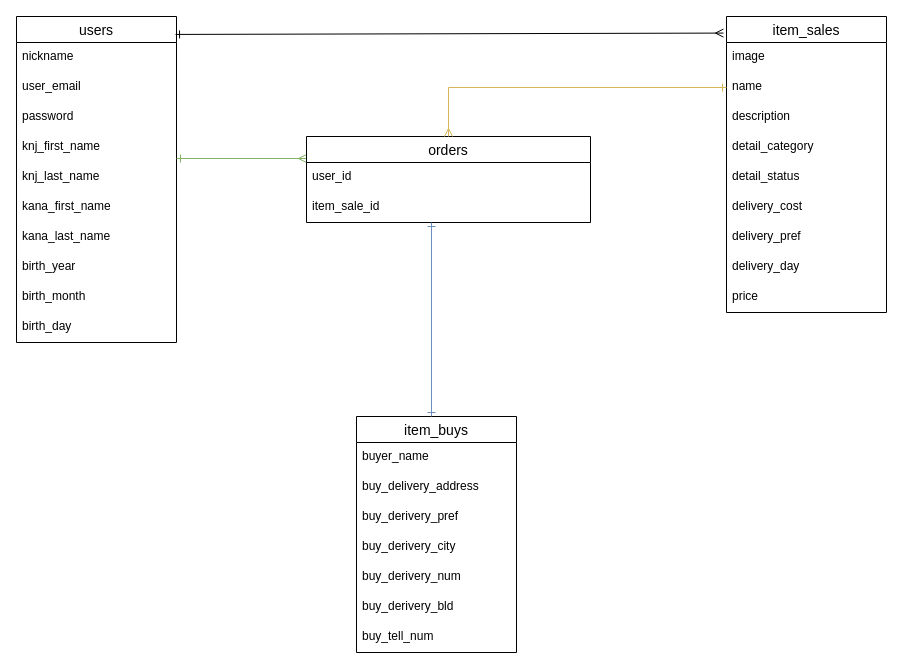
Before: frima.dio in isbs1990/furima-31314_old, a draw.io diagram. Source tidied: cells renumbered, new cells numbered last; positions are measured from the earlier drawing's top-left corner, leaving out a move shared by most shapes. Both pictures are drawn from the tidied source at 100%, with x=0, y=0 at pixel (16, 16).
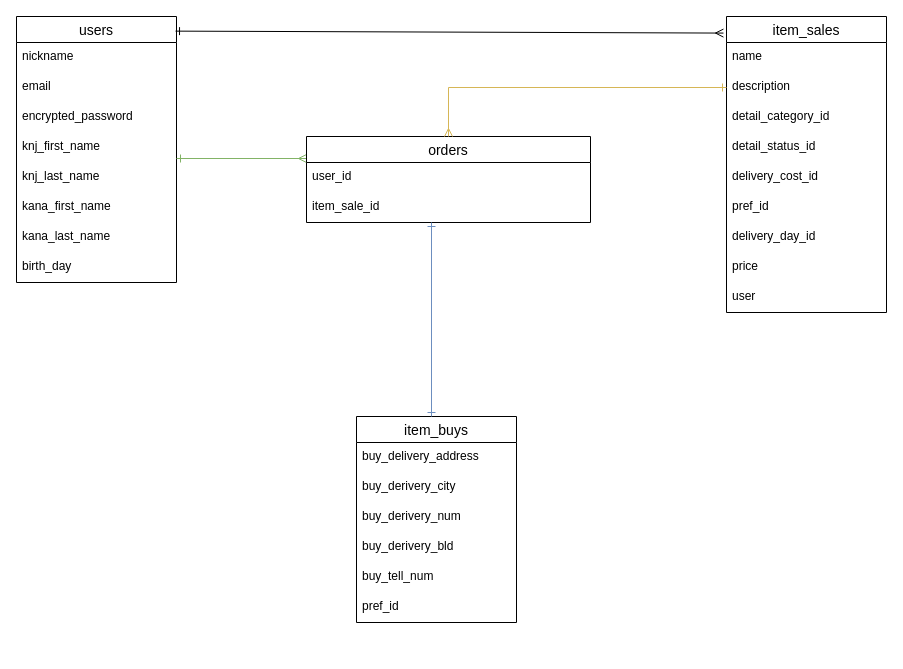
Above is the later version.

Commit message (it also covers changes not shown here):
データベース設計_README記述＆dio作成032703

The change refers to these unchanged cells:
```xml
<mxCell id="14" value="item_sales" style="swimlane;fontStyle=0;horizontal=1;startSize=26;align=center;fontSize=14;" parent="1" vertex="1">
  <mxGeometry x="710" width="160" height="296" as="geometry" />
</mxCell>
```

Change to the diagram source:
```diff
@@
     <mxCell id="2" value="users" style="swimlane;fontStyle=0;horizontal=1;startSize=26;align=center;fontSize=14;" parent="1" vertex="1">
-      <mxGeometry width="160" height="326" as="geometry" />
+      <mxGeometry width="160" height="266" as="geometry" />
     </mxCell>
@@
-    <mxCell id="4" value="user_email" style="text;strokeColor=none;fillColor=none;spacingLeft=4;spacingRight=4;overflow=hidden;fontSize=12;" parent="2" vertex="1">
+    <mxCell id="4" value="email" style="text;strokeColor=none;fillColor=none;spacingLeft=4;spacingRight=4;overflow=hidden;fontSize=12;" parent="2" vertex="1">
       <mxGeometry y="56" width="160" height="30" as="geometry" />
     </mxCell>
-    <mxCell id="5" value="password" style="text;strokeColor=none;fillColor=none;spacingLeft=4;spacingRight=4;overflow=hidden;fontSize=12;" parent="2" vertex="1">
+    <mxCell id="5" value="encrypted_password" style="text;strokeColor=none;fillColor=none;spacingLeft=4;spacingRight=4;overflow=hidden;fontSize=12;" parent="2" vertex="1">
       <mxGeometry y="86" width="160" height="30" as="geometry" />
     </mxCell>
@@
-    <mxCell id="10" value="birth_year" style="text;strokeColor=none;fillColor=none;spacingLeft=4;spacingRight=4;overflow=hidden;fontSize=12;" parent="2" vertex="1">
+    <mxCell id="10" value="birth_day" style="text;strokeColor=none;fillColor=none;spacingLeft=4;spacingRight=4;overflow=hidden;fontSize=12;" parent="2" vertex="1">
       <mxGeometry y="236" width="160" height="30" as="geometry" />
     </mxCell>
-    <mxCell id="11" value="birth_month" style="text;strokeColor=none;fillColor=none;spacingLeft=4;spacingRight=4;overflow=hidden;fontSize=12;" parent="2" vertex="1">
-      <mxGeometry y="266" width="160" height="30" as="geometry" />
-    </mxCell>
-    <mxCell id="12" value="birth_day" style="text;strokeColor=none;fillColor=none;spacingLeft=4;spacingRight=4;overflow=hidden;fontSize=12;" parent="2" vertex="1">
-      <mxGeometry y="296" width="160" height="30" as="geometry" />
-    </mxCell>
@@
-    <mxCell id="15" value="image" style="text;strokeColor=none;fillColor=none;spacingLeft=4;spacingRight=4;overflow=hidden;fontSize=12;" parent="14" vertex="1">
-      <mxGeometry y="26" width="160" height="30" as="geometry" />
-    </mxCell>
     <mxCell id="16" value="name" style="text;strokeColor=none;fillColor=none;spacingLeft=4;spacingRight=4;overflow=hidden;fontSize=12;" parent="14" vertex="1">
-      <mxGeometry y="56" width="160" height="30" as="geometry" />
+      <mxGeometry y="26" width="160" height="30" as="geometry" />
     </mxCell>
     <mxCell id="17" value="description" style="text;strokeColor=none;fillColor=none;spacingLeft=4;spacingRight=4;overflow=hidden;fontSize=12;" parent="14" vertex="1">
-      <mxGeometry y="86" width="160" height="30" as="geometry" />
+      <mxGeometry y="56" width="160" height="30" as="geometry" />
     </mxCell>
-    <mxCell id="18" value="detail_category" style="text;strokeColor=none;fillColor=none;spacingLeft=4;spacingRight=4;overflow=hidden;fontSize=12;" parent="14" vertex="1">
-      <mxGeometry y="116" width="160" height="30" as="geometry" />
+    <mxCell id="18" value="detail_category_id" style="text;strokeColor=none;fillColor=none;spacingLeft=4;spacingRight=4;overflow=hidden;fontSize=12;" parent="14" vertex="1">
+      <mxGeometry y="86" width="160" height="30" as="geometry" />
     </mxCell>
-    <mxCell id="19" value="detail_status" style="text;strokeColor=none;fillColor=none;spacingLeft=4;spacingRight=4;overflow=hidden;fontSize=12;" parent="14" vertex="1">
-      <mxGeometry y="146" width="160" height="30" as="geometry" />
+    <mxCell id="19" value="detail_status_id" style="text;strokeColor=none;fillColor=none;spacingLeft=4;spacingRight=4;overflow=hidden;fontSize=12;" parent="14" vertex="1">
+      <mxGeometry y="116" width="160" height="30" as="geometry" />
     </mxCell>
-    <mxCell id="20" value="delivery_cost" style="text;strokeColor=none;fillColor=none;spacingLeft=4;spacingRight=4;overflow=hidden;fontSize=12;" parent="14" vertex="1">
-      <mxGeometry y="176" width="160" height="30" as="geometry" />
+    <mxCell id="20" value="delivery_cost_id" style="text;strokeColor=none;fillColor=none;spacingLeft=4;spacingRight=4;overflow=hidden;fontSize=12;" parent="14" vertex="1">
+      <mxGeometry y="146" width="160" height="30" as="geometry" />
     </mxCell>
-    <mxCell id="21" value="delivery_pref" style="text;strokeColor=none;fillColor=none;spacingLeft=4;spacingRight=4;overflow=hidden;fontSize=12;" parent="14" vertex="1">
-      <mxGeometry y="206" width="160" height="30" as="geometry" />
+    <mxCell id="21" value="pref_id" style="text;strokeColor=none;fillColor=none;spacingLeft=4;spacingRight=4;overflow=hidden;fontSize=12;" parent="14" vertex="1">
+      <mxGeometry y="176" width="160" height="30" as="geometry" />
     </mxCell>
-    <mxCell id="22" value="delivery_day" style="text;strokeColor=none;fillColor=none;spacingLeft=4;spacingRight=4;overflow=hidden;fontSize=12;" parent="14" vertex="1">
-      <mxGeometry y="236" width="160" height="30" as="geometry" />
+    <mxCell id="22" value="delivery_day_id" style="text;strokeColor=none;fillColor=none;spacingLeft=4;spacingRight=4;overflow=hidden;fontSize=12;" parent="14" vertex="1">
+      <mxGeometry y="206" width="160" height="30" as="geometry" />
     </mxCell>
     <mxCell id="23" value="price" style="text;strokeColor=none;fillColor=none;spacingLeft=4;spacingRight=4;overflow=hidden;fontSize=12;" parent="14" vertex="1">
-      <mxGeometry y="266" width="160" height="30" as="geometry" />
+      <mxGeometry y="236" width="160" height="30" as="geometry" />
     </mxCell>
+    <mxCell id="38" value="user" style="text;strokeColor=none;fillColor=none;spacingLeft=4;spacingRight=4;overflow=hidden;fontSize=12;" parent="14" vertex="1">
+      <mxGeometry y="266" width="160" height="30" as="geometry" />
+    </mxCell>
     <mxCell id="24" value="item_buys" style="swimlane;fontStyle=0;horizontal=1;startSize=26;align=center;fontSize=14;" parent="1" vertex="1">
-      <mxGeometry x="340" y="400" width="160" height="236" as="geometry" />
+      <mxGeometry x="340" y="400" width="160" height="206" as="geometry" />
     </mxCell>
-    <mxCell id="25" value="buyer_name" style="text;strokeColor=none;fillColor=none;spacingLeft=4;spacingRight=4;overflow=hidden;fontSize=12;" parent="24" vertex="1">
-      <mxGeometry y="26" width="160" height="30" as="geometry" />
-    </mxCell>
     <mxCell id="26" value="buy_delivery_address" style="text;strokeColor=none;fillColor=none;spacingLeft=4;spacingRight=4;overflow=hidden;fontSize=12;" parent="24" vertex="1">
-      <mxGeometry y="56" width="160" height="30" as="geometry" />
+      <mxGeometry y="26" width="160" height="30" as="geometry" />
     </mxCell>
-    <mxCell id="27" value="buy_derivery_pref" style="text;strokeColor=none;fillColor=none;spacingLeft=4;spacingRight=4;overflow=hidden;fontSize=12;" parent="24" vertex="1">
-      <mxGeometry y="86" width="160" height="30" as="geometry" />
-    </mxCell>
     <mxCell id="28" value="buy_derivery_city" style="text;strokeColor=none;fillColor=none;spacingLeft=4;spacingRight=4;overflow=hidden;fontSize=12;" parent="24" vertex="1">
-      <mxGeometry y="116" width="160" height="30" as="geometry" />
+      <mxGeometry y="56" width="160" height="30" as="geometry" />
     </mxCell>
     <mxCell id="29" value="buy_derivery_num" style="text;strokeColor=none;fillColor=none;spacingLeft=4;spacingRight=4;overflow=hidden;fontSize=12;" parent="24" vertex="1">
-      <mxGeometry y="146" width="160" height="30" as="geometry" />
+      <mxGeometry y="86" width="160" height="30" as="geometry" />
     </mxCell>
     <mxCell id="30" value="buy_derivery_bld" style="text;strokeColor=none;fillColor=none;spacingLeft=4;spacingRight=4;overflow=hidden;fontSize=12;" parent="24" vertex="1">
-      <mxGeometry y="176" width="160" height="30" as="geometry" />
+      <mxGeometry y="116" width="160" height="30" as="geometry" />
     </mxCell>
     <mxCell id="31" value="buy_tell_num" style="text;strokeColor=none;fillColor=none;spacingLeft=4;spacingRight=4;overflow=hidden;fontSize=12;" parent="24" vertex="1">
-      <mxGeometry y="206" width="160" height="30" as="geometry" />
+      <mxGeometry y="146" width="160" height="30" as="geometry" />
     </mxCell>
+    <mxCell id="39" value="pref_id" style="text;strokeColor=none;fillColor=none;spacingLeft=4;spacingRight=4;overflow=hidden;fontSize=12;" parent="24" vertex="1">
+      <mxGeometry y="176" width="160" height="30" as="geometry" />
+    </mxCell>
```
